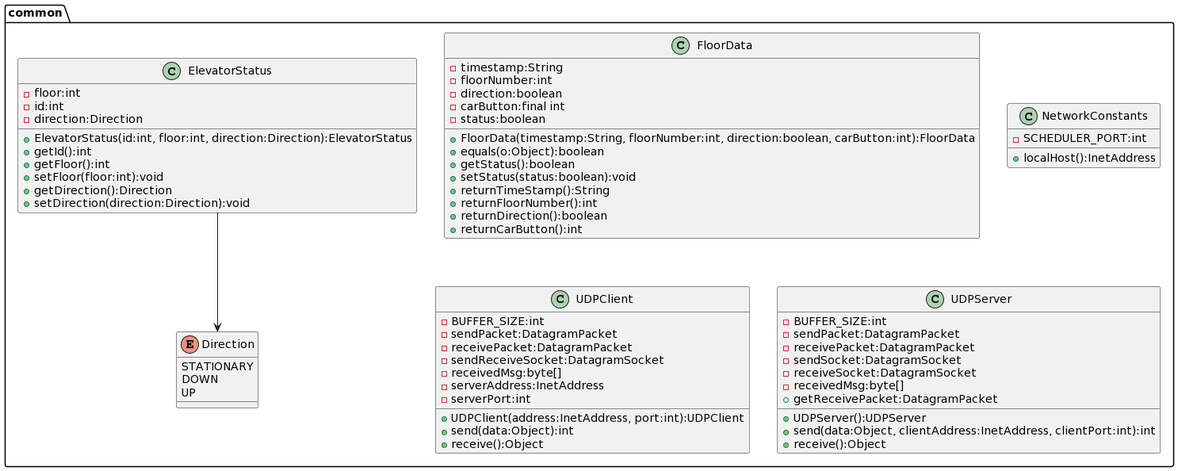
kavvykav/SYSC3303-project keeps this PlantUML diagram as docs/CommonClasses.png. Above is the earlier version.
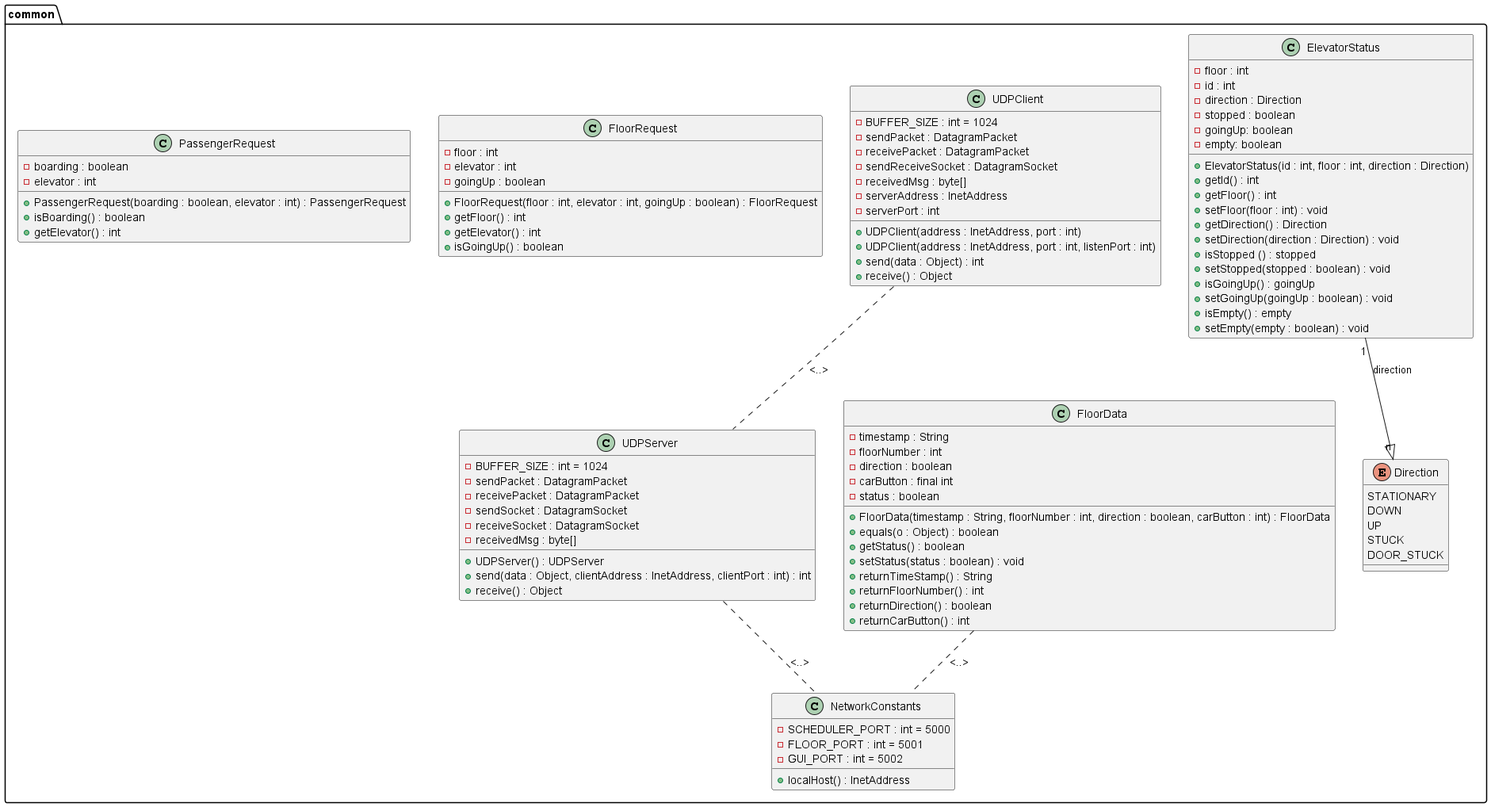
After the change.

What changed in the source:
```diff
@@ -1,66 +1,108 @@
 @startuml
 package common {
+
+class ElevatorStatus {
+  - floor : int
+  - id : int
+  - direction : Direction
+  - stopped : boolean
+  - goingUp: boolean
+  - empty: boolean
+  + ElevatorStatus(id : int, floor : int, direction : Direction)
+  + getId() : int
+  + getFloor() : int
+  + setFloor(floor : int) : void
+  + getDirection() : Direction
+  + setDirection(direction : Direction) : void
+  + isStopped () : stopped
+  + setStopped(stopped : boolean) : void
+  + isGoingUp() : goingUp
+  + setGoingUp(goingUp : boolean) : void
+  + isEmpty() : empty
+  + setEmpty(empty : boolean) : void
+}
+
 enum Direction {
-STATIONARY
-DOWN
-UP
+  STATIONARY
+  DOWN
+  UP
+  STUCK
+  DOOR_STUCK
 }
-class ElevatorStatus {
--floor:int
--id:int
--direction:Direction
-+ElevatorStatus(id:int, floor:int, direction:Direction):ElevatorStatus
-+getId():int
-+getFloor():int
-+setFloor(floor:int):void
-+getDirection():Direction
-+setDirection(direction:Direction):void
-}
+
+ElevatorStatus "1" --|> "n" Direction : direction
+
 class FloorData {
--timestamp:String
--floorNumber:int
--direction:boolean
--carButton:final int
--status:boolean
-+FloorData(timestamp:String, floorNumber:int, direction:boolean, carButton:int):FloorData
-+equals(o:Object):boolean
-+getStatus():boolean
-+setStatus(status:boolean):void
-+returnTimeStamp():String
-+returnFloorNumber():int
-+returnDirection():boolean
-+returnCarButton():int
-}
-class NetworkConstants {
--SCHEDULER_PORT:int
-+localHost():InetAddress
+  - timestamp : String
+  - floorNumber : int
+  - direction : boolean
+  - carButton : final int
+  - status : boolean
+  + FloorData(timestamp : String, floorNumber : int, direction : boolean, carButton : int) : FloorData
+  + equals(o : Object) : boolean
+  + getStatus() : boolean
+  + setStatus(status : boolean) : void
+  + returnTimeStamp() : String
+  + returnFloorNumber() : int
+  + returnDirection() : boolean
+  + returnCarButton() : int
 }
 
 class UDPClient {
--BUFFER_SIZE:int
--sendPacket:DatagramPacket
--receivePacket:DatagramPacket
--sendReceiveSocket:DatagramSocket
--receivedMsg:byte[]
--serverAddress:InetAddress
--serverPort:int
-+UDPClient(address:InetAddress, port:int):UDPClient
-+send(data:Object):int
-+receive():Object
+  - BUFFER_SIZE : int = 1024
+  - sendPacket : DatagramPacket
+  - receivePacket : DatagramPacket
+  - sendReceiveSocket : DatagramSocket
+  - receivedMsg : byte[]
+  - serverAddress : InetAddress
+  - serverPort : int
+  + UDPClient(address : InetAddress, port : int)
+  + UDPClient(address : InetAddress, port : int, listenPort : int)
+  + send(data : Object) : int
+  + receive() : Object
 }
 
 class UDPServer {
--BUFFER_SIZE:int
--sendPacket:DatagramPacket
--receivePacket:DatagramPacket
--sendSocket:DatagramSocket
--receiveSocket:DatagramSocket
--receivedMsg:byte[]
-+UDPServer():UDPServer
-+getReceivePacket:DatagramPacket
-+send(data:Object, clientAddress:InetAddress, clientPort:int):int
-+receive():Object
+  - BUFFER_SIZE : int = 1024
+  - sendPacket : DatagramPacket
+  - receivePacket : DatagramPacket
+  - sendSocket : DatagramSocket
+  - receiveSocket : DatagramSocket
+  - receivedMsg : byte[]
+  + UDPServer() : UDPServer
+  + send(data : Object, clientAddress : InetAddress, clientPort : int) : int
+  + receive() : Object
 }
+
+class NetworkConstants {
+  - SCHEDULER_PORT : int = 5000
+  - FLOOR_PORT : int = 5001
+  - GUI_PORT : int = 5002
+  + localHost() : InetAddress
 }
-ElevatorStatus --> Direction
+
+UDPClient .. UDPServer : <..>
+UDPServer .. NetworkConstants : <..>
+FloorData .. NetworkConstants : <..>
+
+class FloorRequest {
+    - floor : int
+    - elevator : int
+    - goingUp : boolean
+    + FloorRequest(floor : int, elevator : int, goingUp : boolean) : FloorRequest
+    + getFloor() : int
+    + getElevator() : int
+    + isGoingUp() : boolean
+}
+
+class PassengerRequest {
+    - boarding : boolean
+    - elevator : int
+    + PassengerRequest(boarding : boolean, elevator : int) : PassengerRequest
+    + isBoarding() : boolean
+    + getElevator() : int
+}
+
+}
+
 @enduml
```
